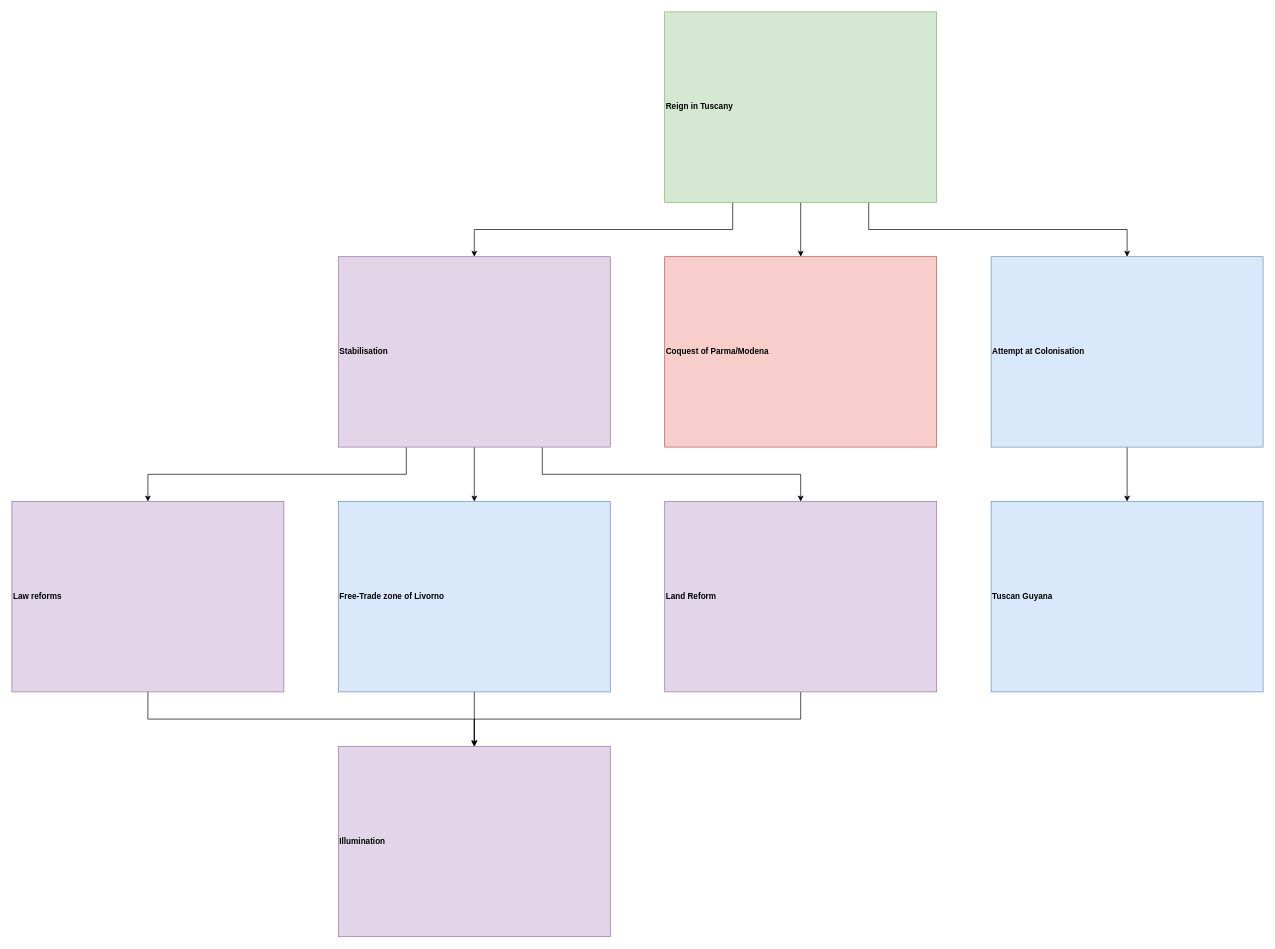
Melvasul/Missions-Expanded keeps this draw.io diagram as page "Tuscany" (2 of 2) of Florence-Tuscany/It's Bistecca Time 0.2.drawio. Above is the earlier version. Source tidied: cells renumbered, new cells numbered last; positions are measured from the earlier drawing's top-left corner, leaving out a move shared by most shapes. Both pictures are drawn from the tidied source at 68%, with x=0, y=0 at pixel (12, 12).
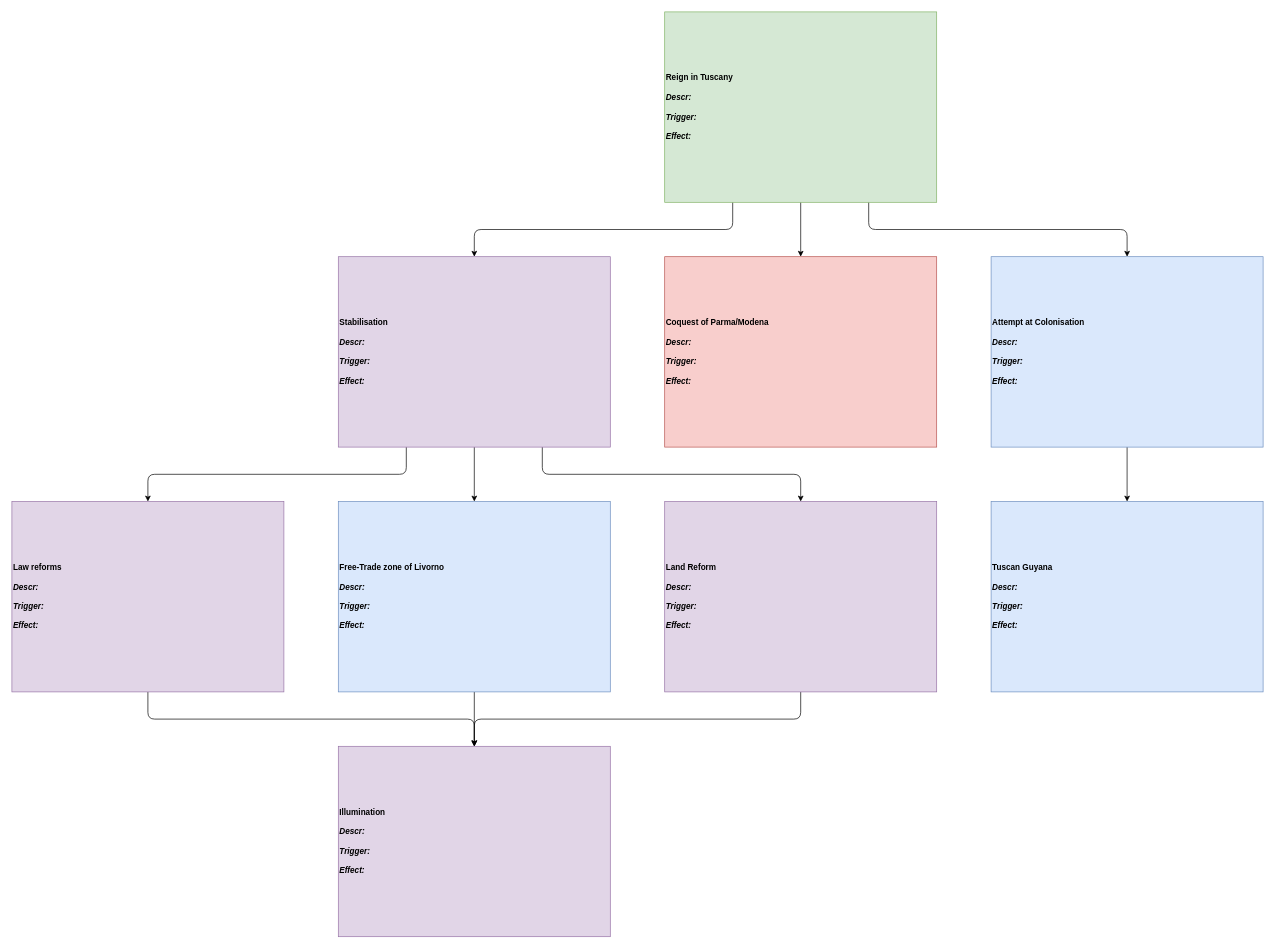
Above is the later version.

Diff of the diagram source:
```diff
@@
-    <mxCell id="2" style="edgeStyle=orthogonalEdgeStyle;rounded=0;jettySize=auto;html=1;exitX=0.75;exitY=1;exitDx=0;exitDy=0;fontSize=12;align=left;" parent="1" edge="1" source="5" target="19">
+    <mxCell id="2" style="edgeStyle=orthogonalEdgeStyle;rounded=1;jettySize=auto;html=1;exitX=0.75;exitY=1;exitDx=0;exitDy=0;fontSize=12;align=left;" parent="1" edge="1" source="5" target="19">
       <mxGeometry relative="1" as="geometry" />
     </mxCell>
-    <mxCell id="3" style="edgeStyle=orthogonalEdgeStyle;rounded=0;jettySize=auto;html=1;fontSize=12;align=left;" parent="1" edge="1" source="5" target="17">
+    <mxCell id="3" style="edgeStyle=orthogonalEdgeStyle;rounded=1;jettySize=auto;html=1;fontSize=12;align=left;" parent="1" edge="1" source="5" target="17">
       <mxGeometry relative="1" as="geometry" />
     </mxCell>
-    <mxCell id="4" style="edgeStyle=orthogonalEdgeStyle;rounded=0;jettySize=auto;html=1;exitX=0.25;exitY=1;exitDx=0;exitDy=0;fontSize=12;align=left;" parent="1" edge="1" source="5" target="9">
+    <mxCell id="4" style="edgeStyle=orthogonalEdgeStyle;rounded=1;jettySize=auto;html=1;exitX=0.25;exitY=1;exitDx=0;exitDy=0;fontSize=12;align=left;" parent="1" edge="1" source="5" target="9">
       <mxGeometry relative="1" as="geometry" />
     </mxCell>
-    <mxCell id="5" value="Reign in Tuscany" style="rounded=0;whiteSpace=wrap;html=1;align=left;fontSize=12;fontStyle=1;labelBackgroundColor=none;fillColor=#d5e8d4;strokeColor=#82b366;" parent="1" vertex="1">
+    <mxCell id="5" value="Reign in Tuscany&lt;div style=&quot;font-weight: 400&quot;&gt;&lt;b&gt;&lt;i&gt;&lt;br class=&quot;Apple-interchange-newline&quot;&gt;Descr:&lt;/i&gt;&lt;/b&gt;&lt;/div&gt;&lt;div style=&quot;font-weight: 400&quot;&gt;&lt;b&gt;&lt;i&gt;&lt;br&gt;&lt;/i&gt;&lt;/b&gt;&lt;/div&gt;&lt;div style=&quot;font-weight: 400&quot;&gt;&lt;b&gt;&lt;i&gt;Trigger:&lt;/i&gt;&lt;/b&gt;&lt;/div&gt;&lt;div style=&quot;font-weight: 400&quot;&gt;&lt;b&gt;&lt;i&gt;&lt;br&gt;&lt;/i&gt;&lt;/b&gt;&lt;/div&gt;&lt;div style=&quot;font-weight: 400&quot;&gt;&lt;b&gt;&lt;i&gt;Effect:&lt;/i&gt;&lt;/b&gt;&lt;/div&gt;" style="rounded=0;whiteSpace=wrap;html=1;align=left;fontSize=12;fontStyle=1;labelBackgroundColor=none;fillColor=#d5e8d4;strokeColor=#82b366;" parent="1" vertex="1">
       <mxGeometry x="960" width="400" height="280" as="geometry" />
     </mxCell>
-    <mxCell id="6" style="edgeStyle=orthogonalEdgeStyle;rounded=0;jettySize=auto;html=1;exitX=0.75;exitY=1;exitDx=0;exitDy=0;fontSize=12;align=left;" parent="1" edge="1" source="9" target="16">
+    <mxCell id="6" style="edgeStyle=orthogonalEdgeStyle;rounded=1;jettySize=auto;html=1;exitX=0.75;exitY=1;exitDx=0;exitDy=0;fontSize=12;align=left;" parent="1" edge="1" source="9" target="16">
       <mxGeometry relative="1" as="geometry" />
     </mxCell>
-    <mxCell id="7" style="edgeStyle=orthogonalEdgeStyle;rounded=0;jettySize=auto;html=1;fontSize=12;align=left;" parent="1" edge="1" source="9" target="11">
+    <mxCell id="7" style="edgeStyle=orthogonalEdgeStyle;rounded=1;jettySize=auto;html=1;fontSize=12;align=left;" parent="1" edge="1" source="9" target="11">
       <mxGeometry relative="1" as="geometry" />
     </mxCell>
-    <mxCell id="8" style="edgeStyle=orthogonalEdgeStyle;rounded=0;jettySize=auto;html=1;exitX=0.25;exitY=1;exitDx=0;exitDy=0;fontSize=12;align=left;" parent="1" edge="1" source="9" target="14">
+    <mxCell id="8" style="edgeStyle=orthogonalEdgeStyle;rounded=1;jettySize=auto;html=1;exitX=0.25;exitY=1;exitDx=0;exitDy=0;fontSize=12;align=left;" parent="1" edge="1" source="9" target="14">
       <mxGeometry relative="1" as="geometry" />
     </mxCell>
-    <mxCell id="9" value="Stabilisation" style="rounded=0;whiteSpace=wrap;html=1;align=left;fontSize=12;fontStyle=1;labelBackgroundColor=none;fillColor=#e1d5e7;strokeColor=#9673a6;" parent="1" vertex="1">
+    <mxCell id="9" value="Stabilisation&lt;div style=&quot;font-weight: 400&quot;&gt;&lt;b&gt;&lt;i&gt;&lt;br class=&quot;Apple-interchange-newline&quot;&gt;Descr:&lt;/i&gt;&lt;/b&gt;&lt;/div&gt;&lt;div style=&quot;font-weight: 400&quot;&gt;&lt;b&gt;&lt;i&gt;&lt;br&gt;&lt;/i&gt;&lt;/b&gt;&lt;/div&gt;&lt;div style=&quot;font-weight: 400&quot;&gt;&lt;b&gt;&lt;i&gt;Trigger:&lt;/i&gt;&lt;/b&gt;&lt;/div&gt;&lt;div style=&quot;font-weight: 400&quot;&gt;&lt;b&gt;&lt;i&gt;&lt;br&gt;&lt;/i&gt;&lt;/b&gt;&lt;/div&gt;&lt;div style=&quot;font-weight: 400&quot;&gt;&lt;b&gt;&lt;i&gt;Effect:&lt;/i&gt;&lt;/b&gt;&lt;/div&gt;" style="rounded=0;whiteSpace=wrap;html=1;align=left;fontSize=12;fontStyle=1;labelBackgroundColor=none;fillColor=#e1d5e7;strokeColor=#9673a6;" parent="1" vertex="1">
       <mxGeometry x="480" y="360" width="400" height="280" as="geometry" />
     </mxCell>
-    <mxCell id="10" style="edgeStyle=orthogonalEdgeStyle;rounded=0;jettySize=auto;html=1;fontSize=12;align=left;" parent="1" edge="1" source="11" target="12">
+    <mxCell id="10" style="edgeStyle=orthogonalEdgeStyle;rounded=1;jettySize=auto;html=1;fontSize=12;align=left;" parent="1" edge="1" source="11" target="12">
       <mxGeometry relative="1" as="geometry" />
     </mxCell>
-    <mxCell id="11" value="Free-Trade zone of Livorno" style="rounded=0;whiteSpace=wrap;html=1;align=left;fontSize=12;fontStyle=1;labelBackgroundColor=none;fillColor=#dae8fc;strokeColor=#6c8ebf;" parent="1" vertex="1">
+    <mxCell id="11" value="Free-Trade zone of Livorno&lt;div style=&quot;font-weight: 400&quot;&gt;&lt;b&gt;&lt;i&gt;&lt;br class=&quot;Apple-interchange-newline&quot;&gt;Descr:&lt;/i&gt;&lt;/b&gt;&lt;/div&gt;&lt;div style=&quot;font-weight: 400&quot;&gt;&lt;b&gt;&lt;i&gt;&lt;br&gt;&lt;/i&gt;&lt;/b&gt;&lt;/div&gt;&lt;div style=&quot;font-weight: 400&quot;&gt;&lt;b&gt;&lt;i&gt;Trigger:&lt;/i&gt;&lt;/b&gt;&lt;/div&gt;&lt;div style=&quot;font-weight: 400&quot;&gt;&lt;b&gt;&lt;i&gt;&lt;br&gt;&lt;/i&gt;&lt;/b&gt;&lt;/div&gt;&lt;div style=&quot;font-weight: 400&quot;&gt;&lt;b&gt;&lt;i&gt;Effect:&lt;/i&gt;&lt;/b&gt;&lt;/div&gt;" style="rounded=0;whiteSpace=wrap;html=1;align=left;fontSize=12;fontStyle=1;labelBackgroundColor=none;fillColor=#dae8fc;strokeColor=#6c8ebf;" parent="1" vertex="1">
       <mxGeometry x="480" y="720" width="400" height="280" as="geometry" />
     </mxCell>
-    <mxCell id="12" value="Illumination" style="rounded=0;whiteSpace=wrap;html=1;align=left;fontSize=12;fontStyle=1;labelBackgroundColor=none;fillColor=#e1d5e7;strokeColor=#9673a6;" parent="1" vertex="1">
+    <mxCell id="12" value="Illumination&lt;div style=&quot;font-weight: 400&quot;&gt;&lt;b&gt;&lt;i&gt;&lt;br class=&quot;Apple-interchange-newline&quot;&gt;Descr:&lt;/i&gt;&lt;/b&gt;&lt;/div&gt;&lt;div style=&quot;font-weight: 400&quot;&gt;&lt;b&gt;&lt;i&gt;&lt;br&gt;&lt;/i&gt;&lt;/b&gt;&lt;/div&gt;&lt;div style=&quot;font-weight: 400&quot;&gt;&lt;b&gt;&lt;i&gt;Trigger:&lt;/i&gt;&lt;/b&gt;&lt;/div&gt;&lt;div style=&quot;font-weight: 400&quot;&gt;&lt;b&gt;&lt;i&gt;&lt;br&gt;&lt;/i&gt;&lt;/b&gt;&lt;/div&gt;&lt;div style=&quot;font-weight: 400&quot;&gt;&lt;b&gt;&lt;i&gt;Effect:&lt;/i&gt;&lt;/b&gt;&lt;/div&gt;" style="rounded=0;whiteSpace=wrap;html=1;align=left;fontSize=12;fontStyle=1;labelBackgroundColor=none;fillColor=#e1d5e7;strokeColor=#9673a6;" parent="1" vertex="1">
       <mxGeometry x="480" y="1080" width="400" height="280" as="geometry" />
     </mxCell>
-    <mxCell id="13" style="edgeStyle=orthogonalEdgeStyle;rounded=0;jettySize=auto;html=1;exitX=0.5;exitY=1;exitDx=0;exitDy=0;fontSize=12;align=left;" parent="1" edge="1" source="14" target="12">
+    <mxCell id="13" style="edgeStyle=orthogonalEdgeStyle;rounded=1;jettySize=auto;html=1;exitX=0.5;exitY=1;exitDx=0;exitDy=0;fontSize=12;align=left;" parent="1" edge="1" source="14" target="12">
       <mxGeometry relative="1" as="geometry" />
     </mxCell>
-    <mxCell id="14" value="Law reforms" style="rounded=0;whiteSpace=wrap;html=1;align=left;fontSize=12;fontStyle=1;labelBackgroundColor=none;fillColor=#e1d5e7;strokeColor=#9673a6;" parent="1" vertex="1">
+    <mxCell id="14" value="Law reforms&lt;div style=&quot;font-weight: 400&quot;&gt;&lt;b&gt;&lt;i&gt;&lt;br class=&quot;Apple-interchange-newline&quot;&gt;Descr:&lt;/i&gt;&lt;/b&gt;&lt;/div&gt;&lt;div style=&quot;font-weight: 400&quot;&gt;&lt;b&gt;&lt;i&gt;&lt;br&gt;&lt;/i&gt;&lt;/b&gt;&lt;/div&gt;&lt;div style=&quot;font-weight: 400&quot;&gt;&lt;b&gt;&lt;i&gt;Trigger:&lt;/i&gt;&lt;/b&gt;&lt;/div&gt;&lt;div style=&quot;font-weight: 400&quot;&gt;&lt;b&gt;&lt;i&gt;&lt;br&gt;&lt;/i&gt;&lt;/b&gt;&lt;/div&gt;&lt;div style=&quot;font-weight: 400&quot;&gt;&lt;b&gt;&lt;i&gt;Effect:&lt;/i&gt;&lt;/b&gt;&lt;/div&gt;" style="rounded=0;whiteSpace=wrap;html=1;align=left;fontSize=12;fontStyle=1;labelBackgroundColor=none;fillColor=#e1d5e7;strokeColor=#9673a6;" parent="1" vertex="1">
       <mxGeometry y="720" width="400" height="280" as="geometry" />
     </mxCell>
-    <mxCell id="15" style="edgeStyle=orthogonalEdgeStyle;rounded=0;jettySize=auto;html=1;exitX=0.5;exitY=1;exitDx=0;exitDy=0;entryX=0.5;entryY=0;entryDx=0;entryDy=0;fontSize=12;align=left;" parent="1" edge="1" source="16" target="12">
+    <mxCell id="15" style="edgeStyle=orthogonalEdgeStyle;rounded=1;jettySize=auto;html=1;exitX=0.5;exitY=1;exitDx=0;exitDy=0;entryX=0.5;entryY=0;entryDx=0;entryDy=0;fontSize=12;align=left;" parent="1" edge="1" source="16" target="12">
       <mxGeometry relative="1" as="geometry" />
     </mxCell>
-    <mxCell id="16" value="Land Reform" style="rounded=0;whiteSpace=wrap;html=1;align=left;fontSize=12;fontStyle=1;labelBackgroundColor=none;fillColor=#e1d5e7;strokeColor=#9673a6;" parent="1" vertex="1">
+    <mxCell id="16" value="Land Reform&lt;div style=&quot;font-weight: 400&quot;&gt;&lt;b&gt;&lt;i&gt;&lt;br class=&quot;Apple-interchange-newline&quot;&gt;Descr:&lt;/i&gt;&lt;/b&gt;&lt;/div&gt;&lt;div style=&quot;font-weight: 400&quot;&gt;&lt;b&gt;&lt;i&gt;&lt;br&gt;&lt;/i&gt;&lt;/b&gt;&lt;/div&gt;&lt;div style=&quot;font-weight: 400&quot;&gt;&lt;b&gt;&lt;i&gt;Trigger:&lt;/i&gt;&lt;/b&gt;&lt;/div&gt;&lt;div style=&quot;font-weight: 400&quot;&gt;&lt;b&gt;&lt;i&gt;&lt;br&gt;&lt;/i&gt;&lt;/b&gt;&lt;/div&gt;&lt;div style=&quot;font-weight: 400&quot;&gt;&lt;b&gt;&lt;i&gt;Effect:&lt;/i&gt;&lt;/b&gt;&lt;/div&gt;" style="rounded=0;whiteSpace=wrap;html=1;align=left;fontSize=12;fontStyle=1;labelBackgroundColor=none;fillColor=#e1d5e7;strokeColor=#9673a6;" parent="1" vertex="1">
       <mxGeometry x="960" y="720" width="400" height="280" as="geometry" />
     </mxCell>
-    <mxCell id="17" value="Coquest of Parma/Modena" style="rounded=0;whiteSpace=wrap;html=1;align=left;fontSize=12;fontStyle=1;labelBackgroundColor=none;fillColor=#f8cecc;strokeColor=#b85450;" parent="1" vertex="1">
+    <mxCell id="17" value="Coquest of Parma/Modena&lt;div style=&quot;font-weight: 400&quot;&gt;&lt;b&gt;&lt;i&gt;&lt;br class=&quot;Apple-interchange-newline&quot;&gt;Descr:&lt;/i&gt;&lt;/b&gt;&lt;/div&gt;&lt;div style=&quot;font-weight: 400&quot;&gt;&lt;b&gt;&lt;i&gt;&lt;br&gt;&lt;/i&gt;&lt;/b&gt;&lt;/div&gt;&lt;div style=&quot;font-weight: 400&quot;&gt;&lt;b&gt;&lt;i&gt;Trigger:&lt;/i&gt;&lt;/b&gt;&lt;/div&gt;&lt;div style=&quot;font-weight: 400&quot;&gt;&lt;b&gt;&lt;i&gt;&lt;br&gt;&lt;/i&gt;&lt;/b&gt;&lt;/div&gt;&lt;div style=&quot;font-weight: 400&quot;&gt;&lt;b&gt;&lt;i&gt;Effect:&lt;/i&gt;&lt;/b&gt;&lt;/div&gt;" style="rounded=0;whiteSpace=wrap;html=1;align=left;fontSize=12;fontStyle=1;labelBackgroundColor=none;fillColor=#f8cecc;strokeColor=#b85450;" parent="1" vertex="1">
       <mxGeometry x="960" y="360" width="400" height="280" as="geometry" />
     </mxCell>
-    <mxCell id="18" style="edgeStyle=orthogonalEdgeStyle;rounded=0;jettySize=auto;html=1;fontSize=12;align=left;" parent="1" edge="1" source="19" target="20">
+    <mxCell id="18" style="edgeStyle=orthogonalEdgeStyle;rounded=1;jettySize=auto;html=1;fontSize=12;align=left;" parent="1" edge="1" source="19" target="20">
       <mxGeometry relative="1" as="geometry" />
     </mxCell>
-    <mxCell id="19" value="Attempt at Colonisation" style="rounded=0;whiteSpace=wrap;html=1;align=left;fontSize=12;fontStyle=1;labelBackgroundColor=none;fillColor=#dae8fc;strokeColor=#6c8ebf;" parent="1" vertex="1">
+    <mxCell id="19" value="Attempt at Colonisation&lt;div style=&quot;font-weight: 400&quot;&gt;&lt;b&gt;&lt;i&gt;&lt;br class=&quot;Apple-interchange-newline&quot;&gt;Descr:&lt;/i&gt;&lt;/b&gt;&lt;/div&gt;&lt;div style=&quot;font-weight: 400&quot;&gt;&lt;b&gt;&lt;i&gt;&lt;br&gt;&lt;/i&gt;&lt;/b&gt;&lt;/div&gt;&lt;div style=&quot;font-weight: 400&quot;&gt;&lt;b&gt;&lt;i&gt;Trigger:&lt;/i&gt;&lt;/b&gt;&lt;/div&gt;&lt;div style=&quot;font-weight: 400&quot;&gt;&lt;b&gt;&lt;i&gt;&lt;br&gt;&lt;/i&gt;&lt;/b&gt;&lt;/div&gt;&lt;div style=&quot;font-weight: 400&quot;&gt;&lt;b&gt;&lt;i&gt;Effect:&lt;/i&gt;&lt;/b&gt;&lt;/div&gt;" style="rounded=0;whiteSpace=wrap;html=1;align=left;fontSize=12;fontStyle=1;labelBackgroundColor=none;fillColor=#dae8fc;strokeColor=#6c8ebf;" parent="1" vertex="1">
       <mxGeometry x="1440" y="360" width="400" height="280" as="geometry" />
     </mxCell>
-    <mxCell id="20" value="Tuscan Guyana" style="rounded=0;whiteSpace=wrap;html=1;align=left;fontSize=12;fontStyle=1;labelBackgroundColor=none;fillColor=#dae8fc;strokeColor=#6c8ebf;" parent="1" vertex="1">
+    <mxCell id="20" value="Tuscan Guyana&lt;div style=&quot;font-weight: 400&quot;&gt;&lt;b&gt;&lt;i&gt;&lt;br class=&quot;Apple-interchange-newline&quot;&gt;Descr:&lt;/i&gt;&lt;/b&gt;&lt;/div&gt;&lt;div style=&quot;font-weight: 400&quot;&gt;&lt;b&gt;&lt;i&gt;&lt;br&gt;&lt;/i&gt;&lt;/b&gt;&lt;/div&gt;&lt;div style=&quot;font-weight: 400&quot;&gt;&lt;b&gt;&lt;i&gt;Trigger:&lt;/i&gt;&lt;/b&gt;&lt;/div&gt;&lt;div style=&quot;font-weight: 400&quot;&gt;&lt;b&gt;&lt;i&gt;&lt;br&gt;&lt;/i&gt;&lt;/b&gt;&lt;/div&gt;&lt;div style=&quot;font-weight: 400&quot;&gt;&lt;b&gt;&lt;i&gt;Effect:&lt;/i&gt;&lt;/b&gt;&lt;/div&gt;" style="rounded=0;whiteSpace=wrap;html=1;align=left;fontSize=12;fontStyle=1;labelBackgroundColor=none;fillColor=#dae8fc;strokeColor=#6c8ebf;" parent="1" vertex="1">
       <mxGeometry x="1440" y="720" width="400" height="280" as="geometry" />
     </mxCell>
```
